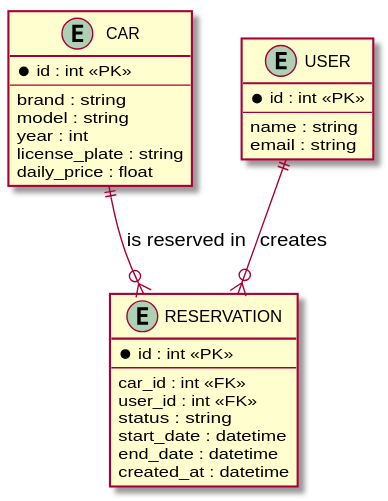
DavidMagyarics/CarRentalVSB keeps this PlantUML diagram as docs/diagrams/er-current.svg. Above is the earlier version.
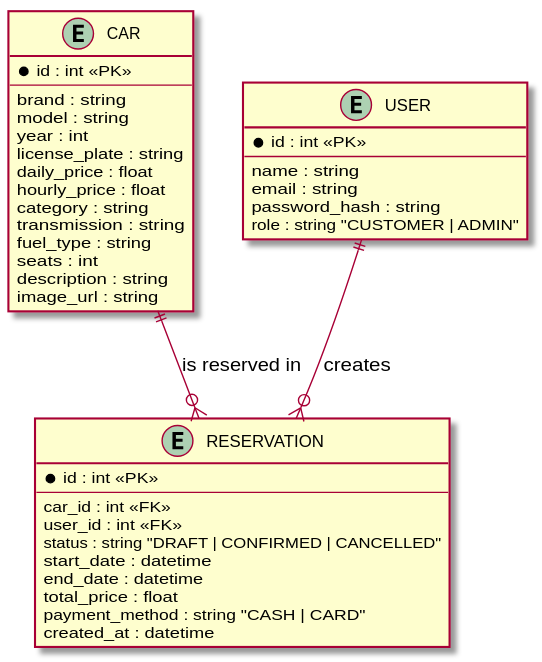
Above is the later version.

Commit message:
chore: re-render PlantUML diagrams [skip ci]

The edit, as a diff of the source:
```diff
@@ -9,6 +9,13 @@
   year : int
   license_plate : string
   daily_price : float
+  hourly_price : float
+  category : string
+  transmission : string
+  fuel_type : string
+  seats : int
+  description : string
+  image_url : string
 }
 
 entity "USER" as USER {
@@ -16,6 +23,8 @@
   --
   name : string
   email : string
+  password_hash : string
+  role : string "CUSTOMER | ADMIN"
 }
 
 entity "RESERVATION" as RESERVATION {
@@ -23,9 +32,11 @@
   --
   car_id : int <<FK>>
   user_id : int <<FK>>
-  status : string
+  status : string "DRAFT | CONFIRMED | CANCELLED"
   start_date : datetime
   end_date : datetime
+  total_price : float
+  payment_method : string "CASH | CARD"
   created_at : datetime
 }
 
```
